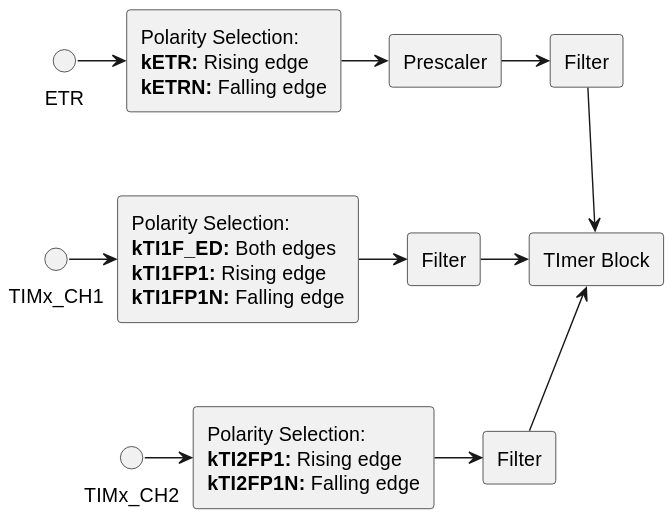
Above: docs/images/external-clock-logic.svg in grumat/bmt (PlantUML), before the change. Its diagram source:
```plantuml
@startuml
together {
	circle "ETR" as etr
	rectangle etrp [
		Polarity Selection:
		<b>kETR:</b> Rising edge
		<b>kETRN:</b> Falling edge
	]
	rectangle etrpp [
		Prescaler
	]
	rectangle etrf [
		Filter
	]
}
together {
	circle "TIMx_CH1" as ch1
	rectangle ch1p [
		Polarity Selection:
		<b>kTI1F_ED:</b> Both edges
		<b>kTI1FP1:</b> Rising edge
		<b>kTI1FP1N:</b> Falling edge
	]
	rectangle ch1f [
		Filter
	]
	rectangle tim [
		TImer Block
	]
}
together {
	circle "TIMx_CH2" as ch2
	rectangle ch2p [
		Polarity Selection:
		<b>kTI2FP1:</b> Rising edge
		<b>kTI2FP1N:</b> Falling edge
	]
	rectangle ch2f [
		Filter
	]
}
etr -> etrp
etrp -> etrpp
etrpp -> etrf
ch1 -> ch1p
ch1p -> ch1f
ch2 -> ch2p
ch2p -> ch2f
etrf --> tim
ch1f -> tim
ch2f --> tim
etr -[hidden]-> ch1
ch1 -[hidden]-> ch2
@enduml
```
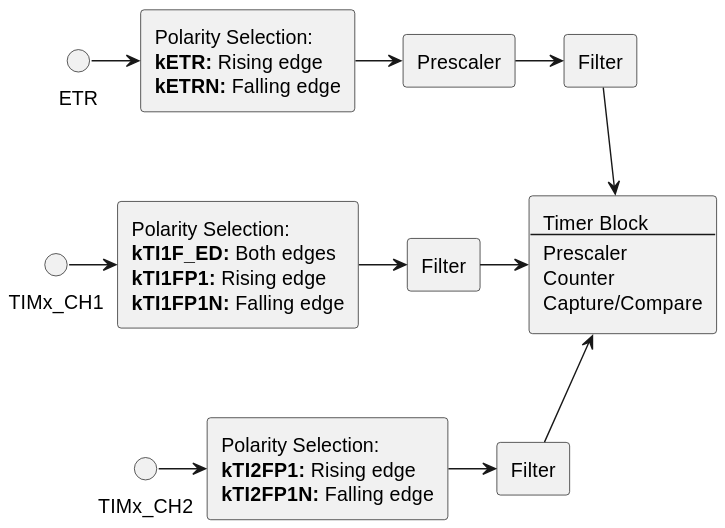
After the change.

What changed in the source:
```diff
@@ -25,7 +25,11 @@
 		Filter
 	]
 	rectangle tim [
-		TImer Block
+		Timer Block
+		----
+		Prescaler
+		Counter
+		Capture/Compare
 	]
 }
 together {
```
